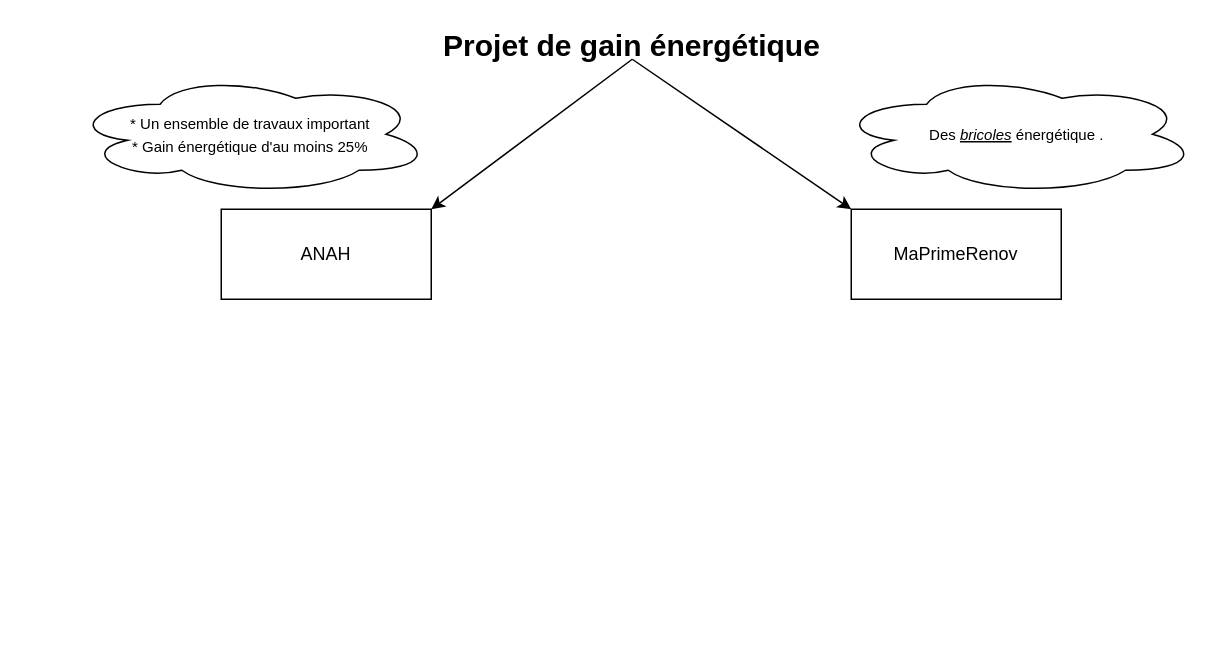
Earlier version of the draw.io diagram Untitled Diagram.drawio (ychafia/BanqueSI). Source tidied: cells renumbered, new cells numbered last; positions are measured from the earlier drawing's top-left corner, leaving out a move shared by most shapes. Both pictures are drawn from the tidied source at 150%, with x=0, y=0 at pixel (69, 28).
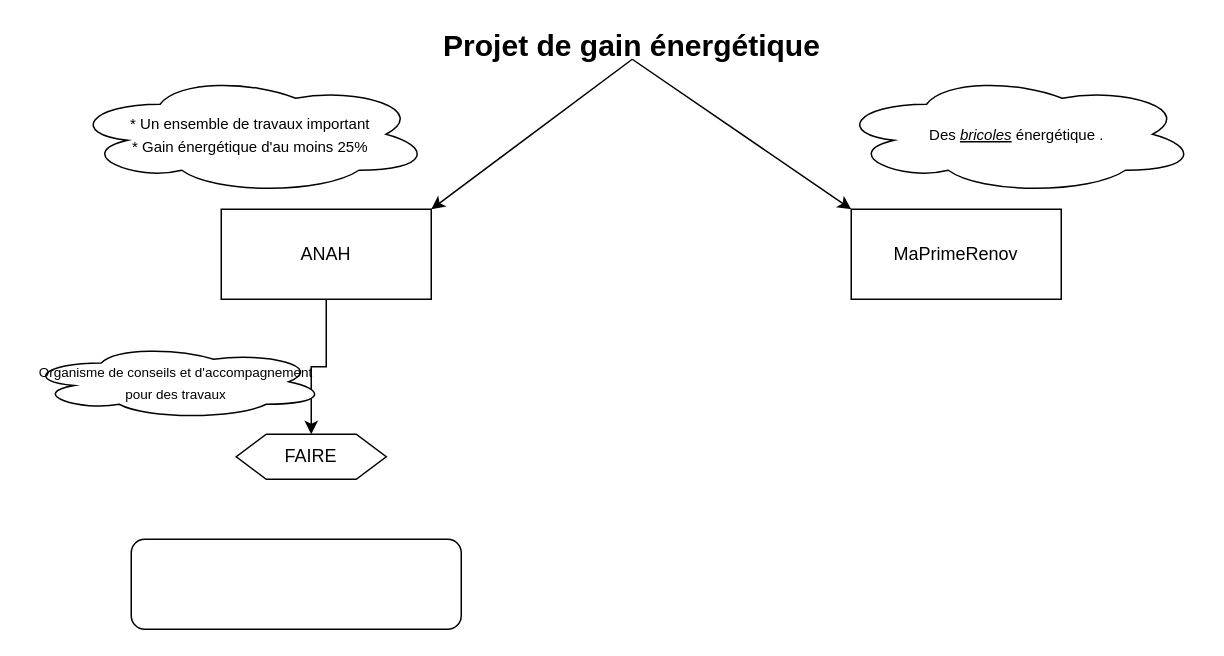
Above is the later version.

Change to the diagram source:
```diff
@@
 <mxGraphModel>
   <root>
     <mxCell id="0" />
     <mxCell id="1" parent="0" />
     <mxCell id="2" value="&lt;font style=&quot;font-size: 20px&quot;&gt;&lt;b&gt;Projet de gain énergétique&lt;/b&gt;&lt;/font&gt;" style="text;html=1;strokeColor=none;fillColor=none;align=center;verticalAlign=middle;whiteSpace=wrap;rounded=0;" parent="1" vertex="1">
       <mxGeometry x="220" width="310" height="20" as="geometry" />
     </mxCell>
+    <mxCell id="9" style="edgeStyle=orthogonalEdgeStyle;rounded=0;jettySize=auto;html=1;" parent="1" edge="1" source="3" target="10">
+      <mxGeometry relative="1" as="geometry" />
+    </mxCell>
     <mxCell id="3" value="ANAH" style="rounded=0;whiteSpace=wrap;html=1;" parent="1" vertex="1">
       <mxGeometry x="101" y="120" width="140" height="60" as="geometry" />
     </mxCell>
     <mxCell id="4" value="MaPrimeRenov" style="rounded=0;whiteSpace=wrap;html=1;" parent="1" vertex="1">
       <mxGeometry x="521" y="120" width="140" height="60" as="geometry" />
     </mxCell>
     <mxCell id="5" style="endArrow=classic;html=1;entryX=1;entryY=0;entryDx=0;entryDy=0;exitX=0.5;exitY=1;exitDx=0;exitDy=0;" parent="1" edge="1" source="2" target="3">
       <mxGeometry relative="1" as="geometry" />
     </mxCell>
     <mxCell id="6" style="endArrow=classic;html=1;entryX=0;entryY=0;entryDx=0;entryDy=0;exitX=0.5;exitY=1;exitDx=0;exitDy=0;" parent="1" edge="1" source="2" target="4">
       <mxGeometry relative="1" as="geometry" />
     </mxCell>
     <mxCell id="7" value="&lt;font style=&quot;font-size: 10px&quot;&gt;* Un ensemble de travaux important&lt;br&gt;* Gain énergétique d'au moins 25%&lt;/font&gt;" style="ellipse;shape=cloud;whiteSpace=wrap;html=1;" parent="1" vertex="1">
       <mxGeometry y="30" width="241" height="80" as="geometry" />
     </mxCell>
     <mxCell id="8" value="&lt;span style=&quot;font-size: 10px&quot;&gt;Des &lt;i&gt;&lt;u&gt;bricoles&lt;/u&gt;&lt;/i&gt; énergétique&amp;nbsp;.&lt;/span&gt;" style="ellipse;shape=cloud;whiteSpace=wrap;html=1;" parent="1" vertex="1">
       <mxGeometry x="511" y="30" width="241" height="80" as="geometry" />
     </mxCell>
+    <mxCell id="10" value="FAIRE" style="shape=hexagon;perimeter=hexagonPerimeter2;whiteSpace=wrap;html=1;fixedSize=1;rounded=0;" parent="1" vertex="1">
+      <mxGeometry x="111" y="270" width="100" height="30" as="geometry" />
+    </mxCell>
+    <mxCell id="11" value="&lt;font style=&quot;font-size: 9px&quot;&gt;Organisme de conseils et d'accompagnement pour des travaux&lt;/font&gt;" style="ellipse;shape=cloud;whiteSpace=wrap;html=1;" parent="1" vertex="1">
+      <mxGeometry x="-29" y="210" width="200" height="50" as="geometry" />
+    </mxCell>
+    <mxCell id="12" style="rounded=1;whiteSpace=wrap;html=1;" parent="1" vertex="1">
+      <mxGeometry x="41" y="340" width="220" height="60" as="geometry" />
+    </mxCell>
   </root>
 </mxGraphModel>
```
